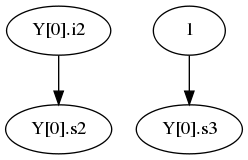
This is src/out_graph/dp_graph_3.dot.png from gerakilmurray/genevalmag, a Graphviz export, as it was before one commit. Its source is kept beside it as src/out_graph/dp_graph_3.dot.
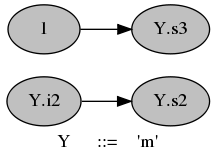
After the change.

Change to the diagram source:
```diff
@@ -1,7 +1,11 @@
 digraph G {
-0[label="Y[0].s2"];
-1[label="Y[0].i2"];
-2[label="Y[0].s3"];
+graph [
+label="Y	::=	'm'", rankdir="LR", ratio="compress"];
+node [
+color="black", fillcolor="gray", shape="ellipse", style="filled"];
+0[label="Y.s2"];
+1[label="Y.i2"];
+2[label="Y.s3"];
 3[label="1"];
 1->0 ;
 3->2 ;
```
